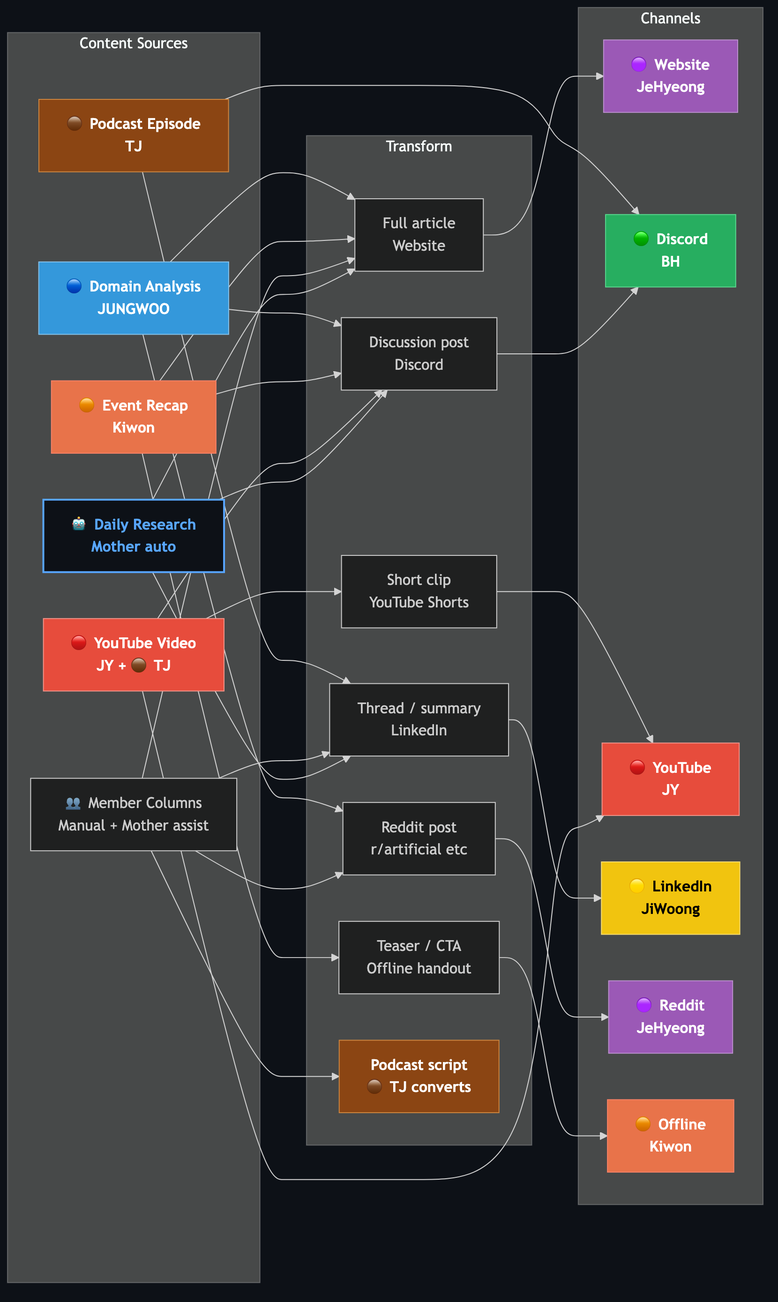
Earlier version of the Mermaid export products/hypeproof-workflow-diagrams/d3-color.png (JeHyeong2/hypeprooflab). Its source is kept beside it as products/hypeproof-workflow-diagrams/d3-color.mmd.
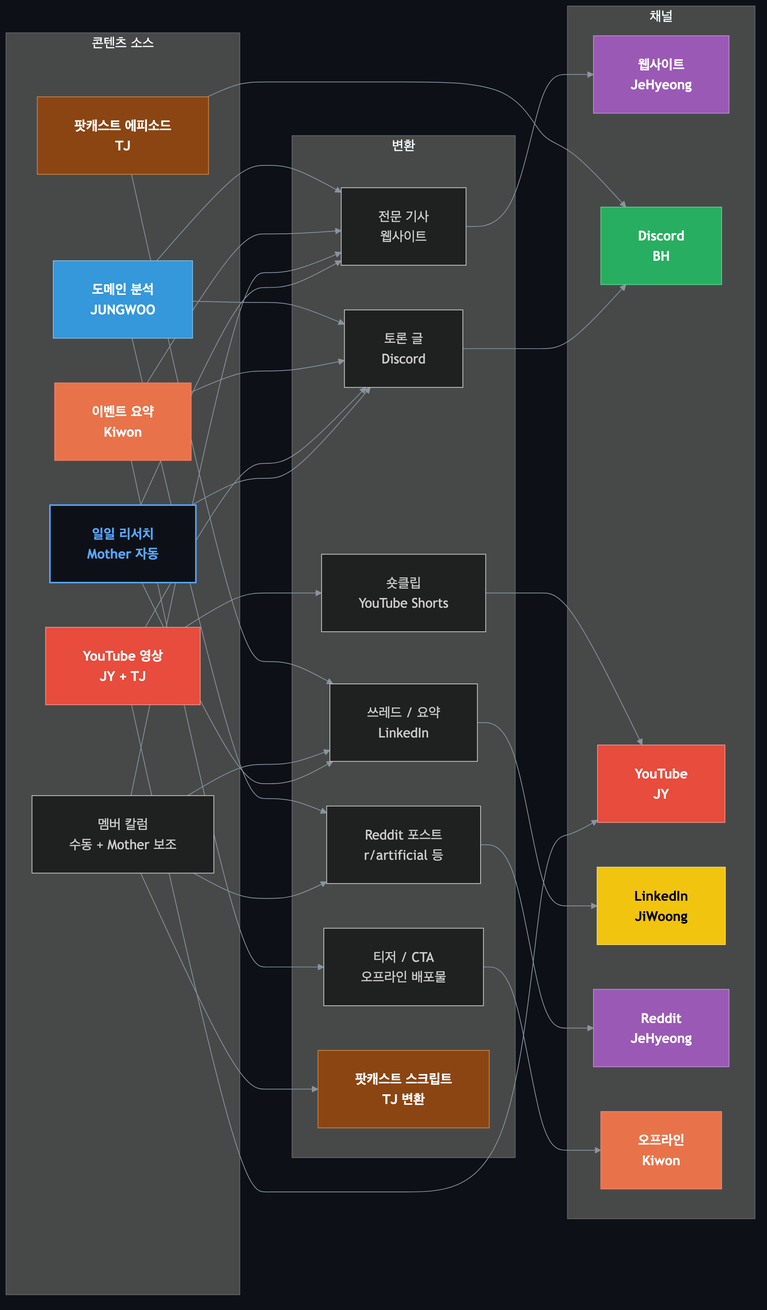
The same diagram one commit later.

What changed in the source:
```diff
@@ -1,30 +1,30 @@
 flowchart LR
-    subgraph SOURCE["Content Sources"]
-        DR["🤖 Daily Research<br/>Mother auto"]
-        MC["👥 Member Columns<br/>Manual + Mother assist"]
-        YV["🔴 YouTube Video<br/>JY + 🟤 TJ"]
-        PE["🟤 Podcast Episode<br/>TJ"]
-        EV["🟠 Event Recap<br/>Kiwon"]
-        DA["🔵 Domain Analysis<br/>JUNGWOO"]
+    subgraph SOURCE["콘텐츠 소스"]
+        DR["일일 리서치<br/>Mother 자동"]
+        MC["멤버 칼럼<br/>수동 + Mother 보조"]
+        YV["YouTube 영상<br/>JY + TJ"]
+        PE["팟캐스트 에피소드<br/>TJ"]
+        EV["이벤트 요약<br/>Kiwon"]
+        DA["도메인 분석<br/>JUNGWOO"]
     end
 
-    subgraph TRANSFORM["Transform"]
-        T1["Full article<br/>Website"]
-        T2["Thread / summary<br/>LinkedIn"]
-        T3["Discussion post<br/>Discord"]
-        T4["Short clip<br/>YouTube Shorts"]
-        T5["Reddit post<br/>r/artificial etc"]
-        T6["Teaser / CTA<br/>Offline handout"]
-        T7["Podcast script<br/>🟤 TJ converts"]
+    subgraph TRANSFORM["변환"]
+        T1["전문 기사<br/>웹사이트"]
+        T2["쓰레드 / 요약<br/>LinkedIn"]
+        T3["토론 글<br/>Discord"]
+        T4["숏클립<br/>YouTube Shorts"]
+        T5["Reddit 포스트<br/>r/artificial 등"]
+        T6["티저 / CTA<br/>오프라인 배포물"]
+        T7["팟캐스트 스크립트<br/>TJ 변환"]
     end
 
-    subgraph CHANNELS["Channels"]
-        W["🟣 Website<br/>JeHyeong"]
-        D["🟢 Discord<br/>BH"]
-        Y["🔴 YouTube<br/>JY"]
-        L["🟡 LinkedIn<br/>JiWoong"]
-        RR["🟣 Reddit<br/>JeHyeong"]
-        O["🟠 Offline<br/>Kiwon"]
+    subgraph CHANNELS["채널"]
+        W["웹사이트<br/>JeHyeong"]
+        D["Discord<br/>BH"]
+        Y["YouTube<br/>JY"]
+        L["LinkedIn<br/>JiWoong"]
+        RR["Reddit<br/>JeHyeong"]
+        O["오프라인<br/>Kiwon"]
     end
 
     DR --> T1 --> W
```
